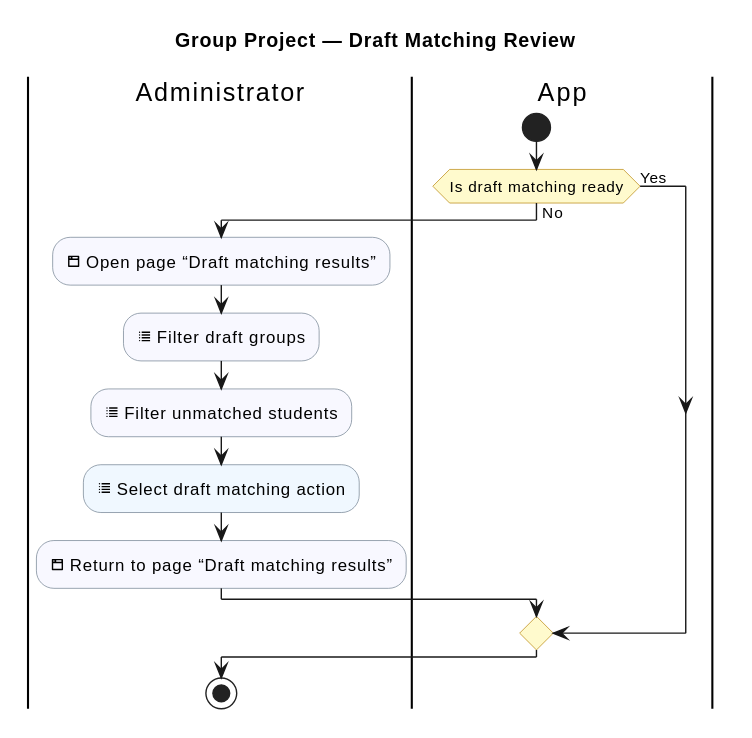
sdflkjssl/sdflkjssl.github.io keeps this PlantUML diagram as industrial-placement-group-project/diagrams/group-project/draft-matching-review.svg. Above is the earlier version.
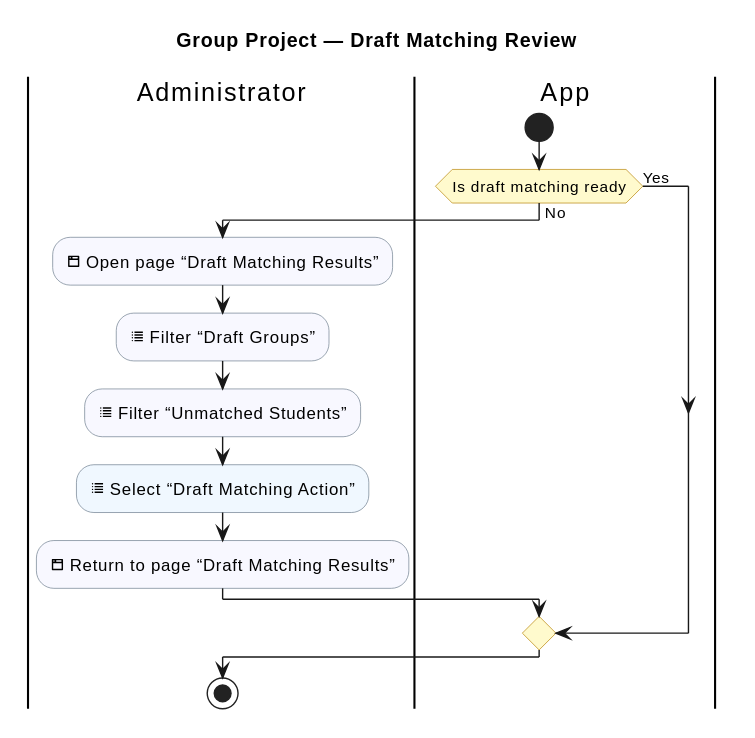
After the change.

Change to the diagram source:
```diff
@@ -14,11 +14,11 @@
 start
 if (Is draft matching ready) then (No)
   |Administrator|
-  :<&browser> Open page “Draft matching results”; <<#GhostWhite>>
-  :<&list> Filter draft groups; <<#GhostWhite>>
-  :<&list> Filter unmatched students; <<#GhostWhite>>
-  :<&list> Select draft matching action; <<#AliceBlue>>
-  :<&browser> Return to page “Draft matching results”; <<#GhostWhite>>
+:<&browser> Open page “Draft Matching Results”; <<#GhostWhite>>
+:<&list> Filter “Draft Groups”; <<#GhostWhite>>
+:<&list> Filter “Unmatched Students”; <<#GhostWhite>>
+:<&list> Select “Draft Matching Action”; <<#AliceBlue>>
+:<&browser> Return to page “Draft Matching Results”; <<#GhostWhite>>
 else (Yes)
 endif
 stop
```
